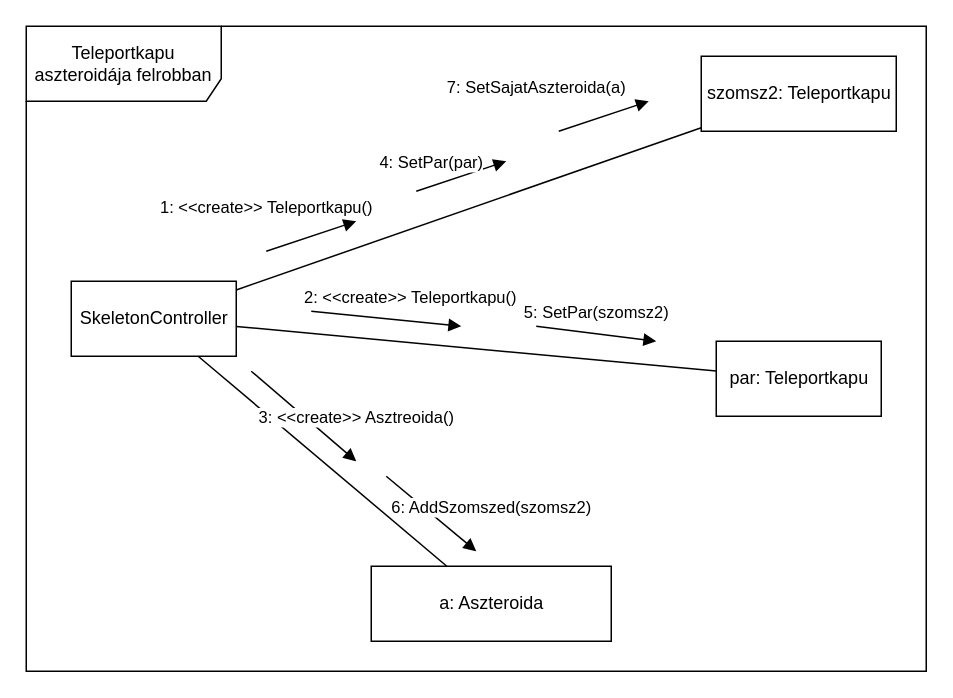
Above: page "kapu felrobban" (4 of 4) of doc/kommunikacio/kom_UranLerak.drawio in torpeBoiGo/aszteroidabanyaszat (draw.io), before the change. Source tidied: cells renumbered, new cells numbered last; positions are measured from the earlier drawing's top-left corner, leaving out a move shared by most shapes. Both pictures are drawn from the tidied source at 150%, with x=0, y=0 at pixel (26, 26).
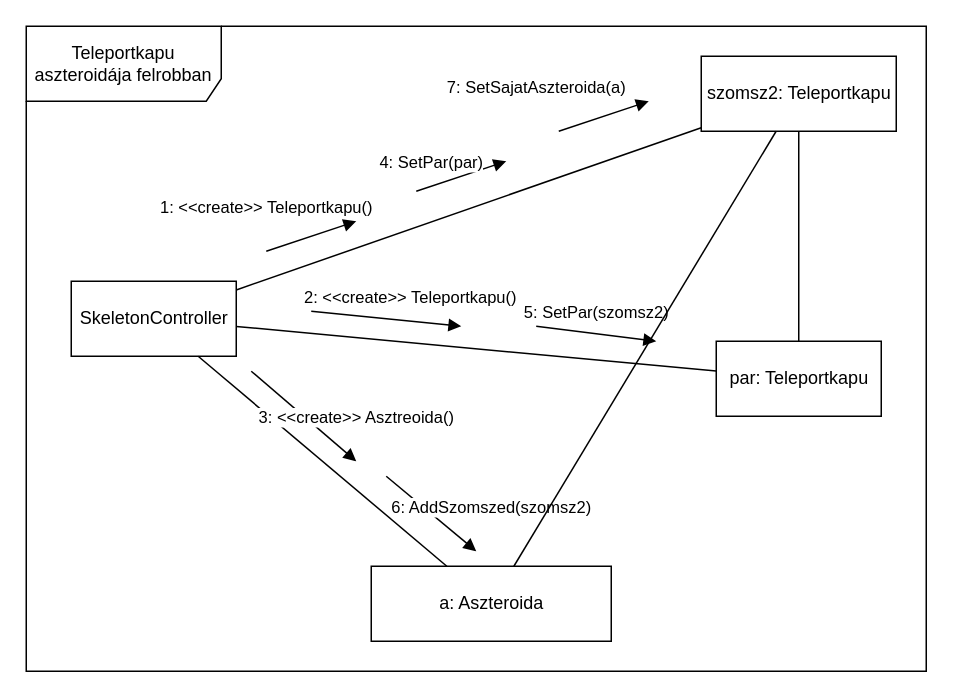
After the change.

Unchanged cells that the change refers to:
```xml
<mxCell id="4" value="szomsz2: Teleportkapu" style="html=1;" parent="1" vertex="1">
  <mxGeometry x="450" y="20" width="130" height="50" as="geometry" />
</mxCell>
<mxCell id="5" value="par: Teleportkapu" style="html=1;" parent="1" vertex="1">
  <mxGeometry x="460" y="210" width="110" height="50" as="geometry" />
</mxCell>
<mxCell id="6" value="a: Aszteroida" style="html=1;" parent="1" vertex="1">
  <mxGeometry x="230" y="360" width="160" height="50" as="geometry" />
</mxCell>
```

Change to the diagram source:
```diff
@@
+    <mxCell id="17" style="endArrow=none;html=1;" parent="1" edge="1" source="4" target="5">
+      <mxGeometry relative="1" as="geometry" />
+    </mxCell>
+    <mxCell id="18" style="endArrow=none;html=1;" parent="1" edge="1" source="6" target="4">
+      <mxGeometry relative="1" as="geometry" />
+    </mxCell>
```
